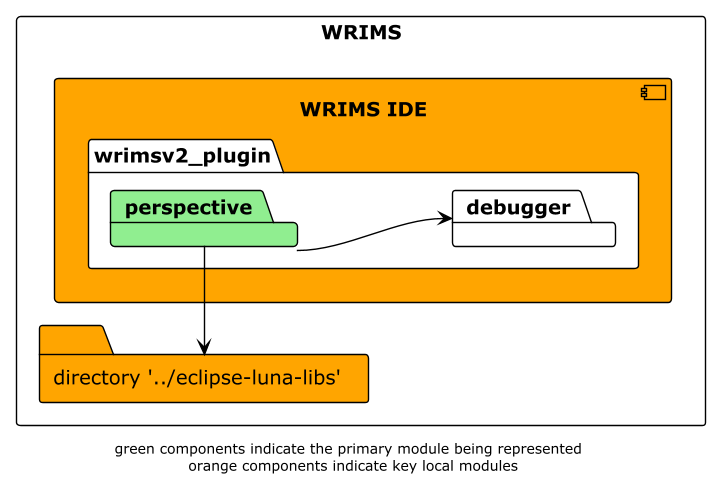
Before: docs/diagrams/wrims-modules/wrims-ide/wrims-ide_perspective.png, a diagram exported from PlantUML (CentralValleyModeling/wrims-gui).
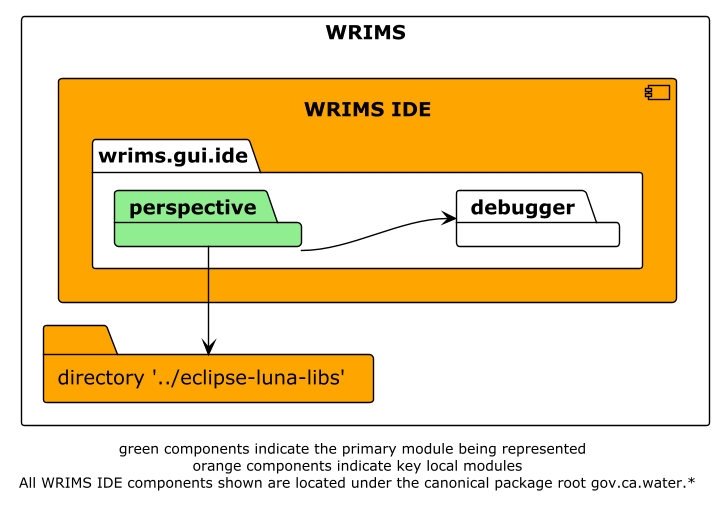
After the commit.

What changed in the source:
```diff
@@ -6,7 +6,7 @@
 
 rectangle WRIMS {
     component wrims-ide as "WRIMS IDE" #orange {
-        package wrimsv2_plugin {
+        package wrims.gui.ide {
             package perspective #lightgreen
             package debugger
         }
@@ -18,5 +18,5 @@
 perspective -r-> luna_libs
 perspective -d-> debugger
 
-footer "green components indicate the primary module being represented \n orange components indicate key local modules"
+footer "green components indicate the primary module being represented \n orange components indicate key local modules\n All WRIMS IDE components shown are located under the canonical package root gov.ca.water.*"
 @enduml
```
